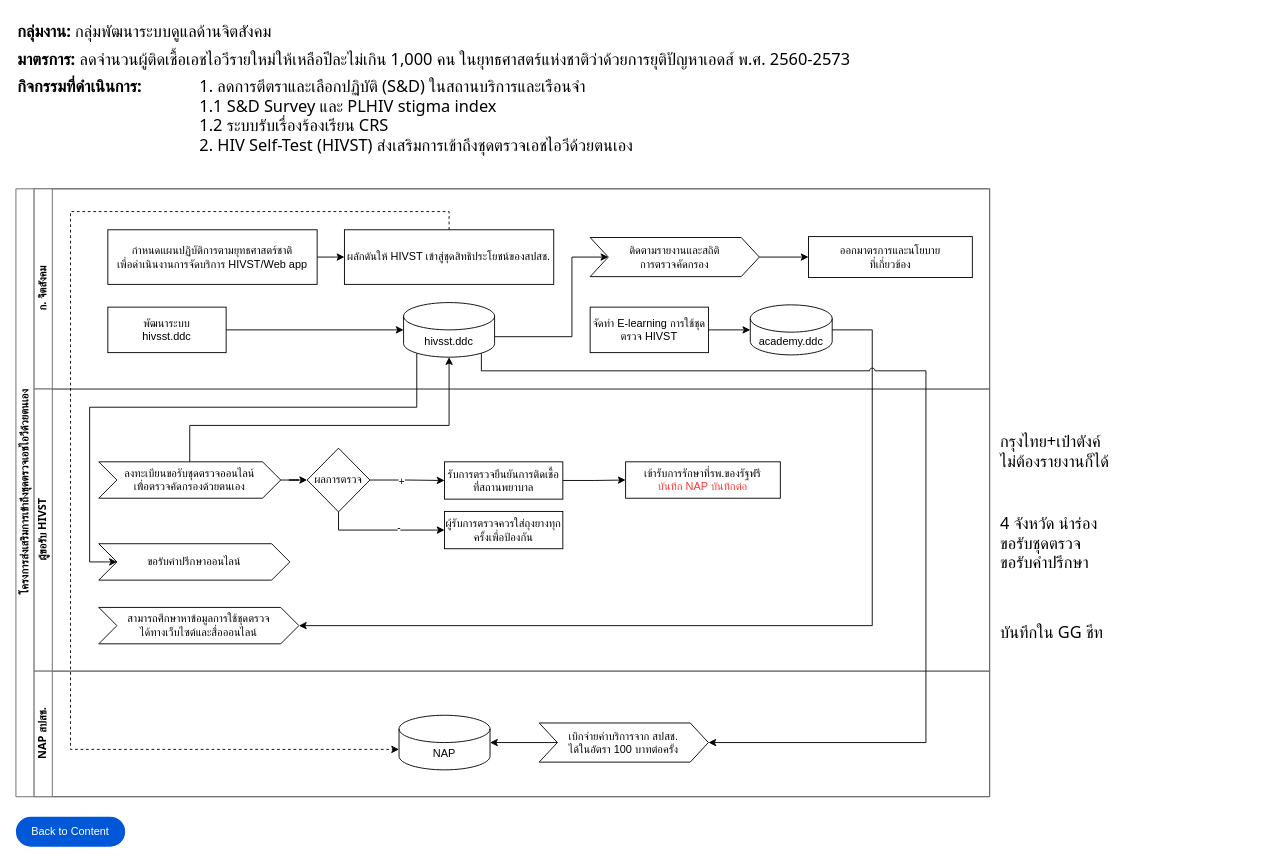
anun311/regist keeps this draw.io diagram as page "HIVST" (16 of 26) of HIVs Work-Data Diagram.drawio. Above is the earlier version. Source tidied: cells renumbered, new cells numbered last; positions are measured from the earlier drawing's top-left corner, leaving out a move shared by most shapes. Both pictures are drawn from the tidied source at 91%, with x=0, y=0 at pixel (15, 15).
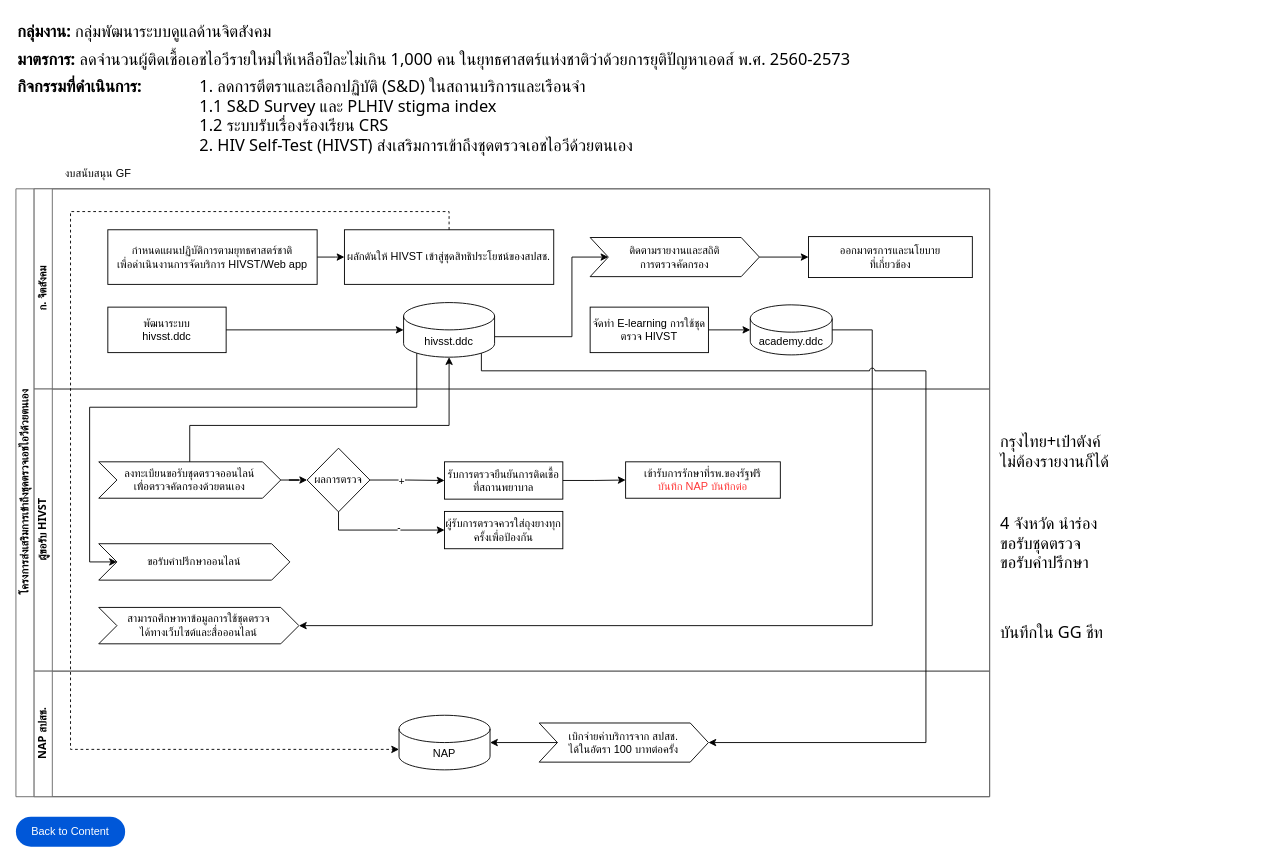
After the change.

Diff of the diagram source:
```diff
@@
+    <mxCell id="50" value="งบสนับสนุน GF" style="text;html=1;align=center;verticalAlign=middle;strokeColor=none;fillColor=none;" parent="1" vertex="1">
+      <mxGeometry x="40" y="158" width="100" height="30" as="geometry" />
+    </mxCell>
```
